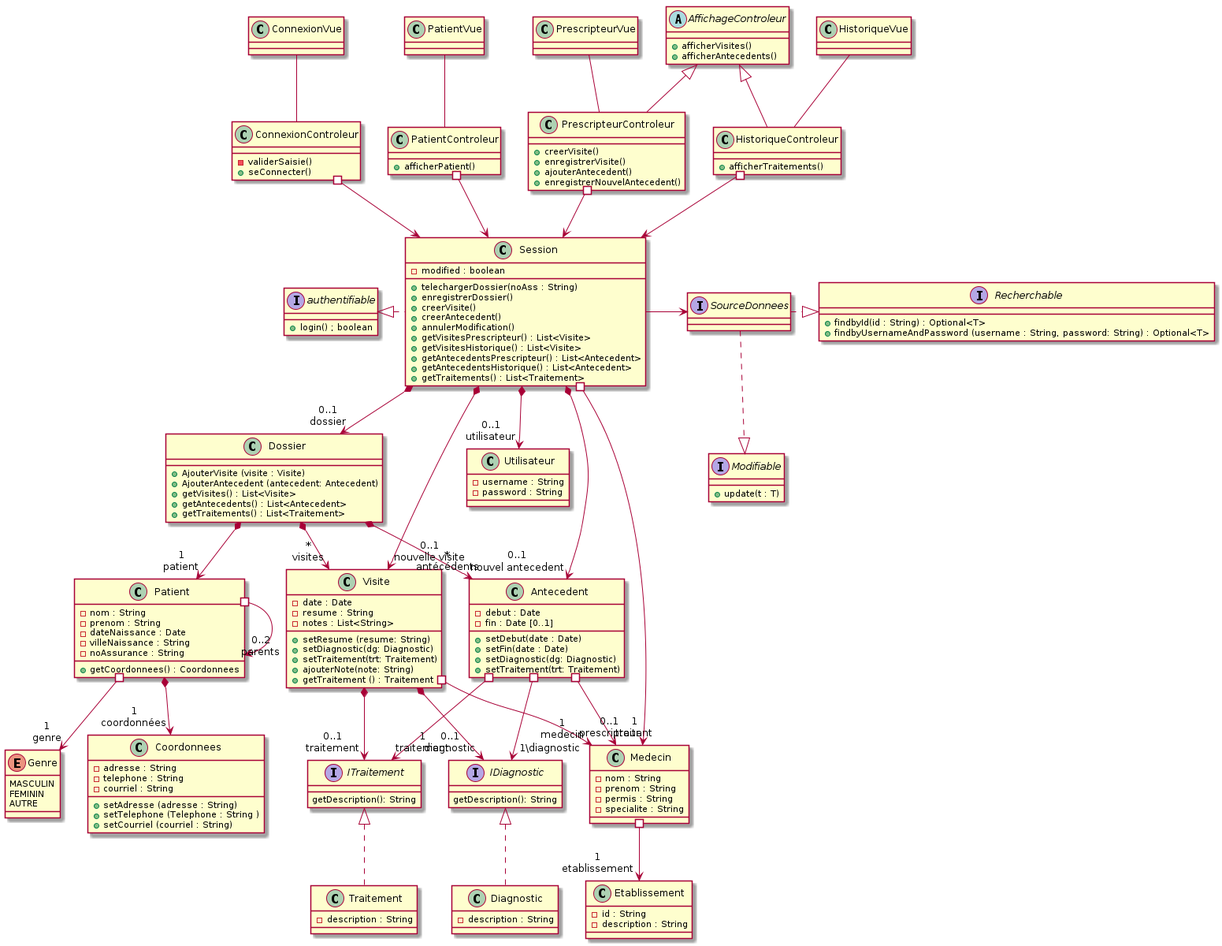
Before: models/Diagramme_Classes/medecin/class_diagram_medecin_mvc.png, a diagram exported from PlantUML (fethiuqam/INF5153-Projet-Session).
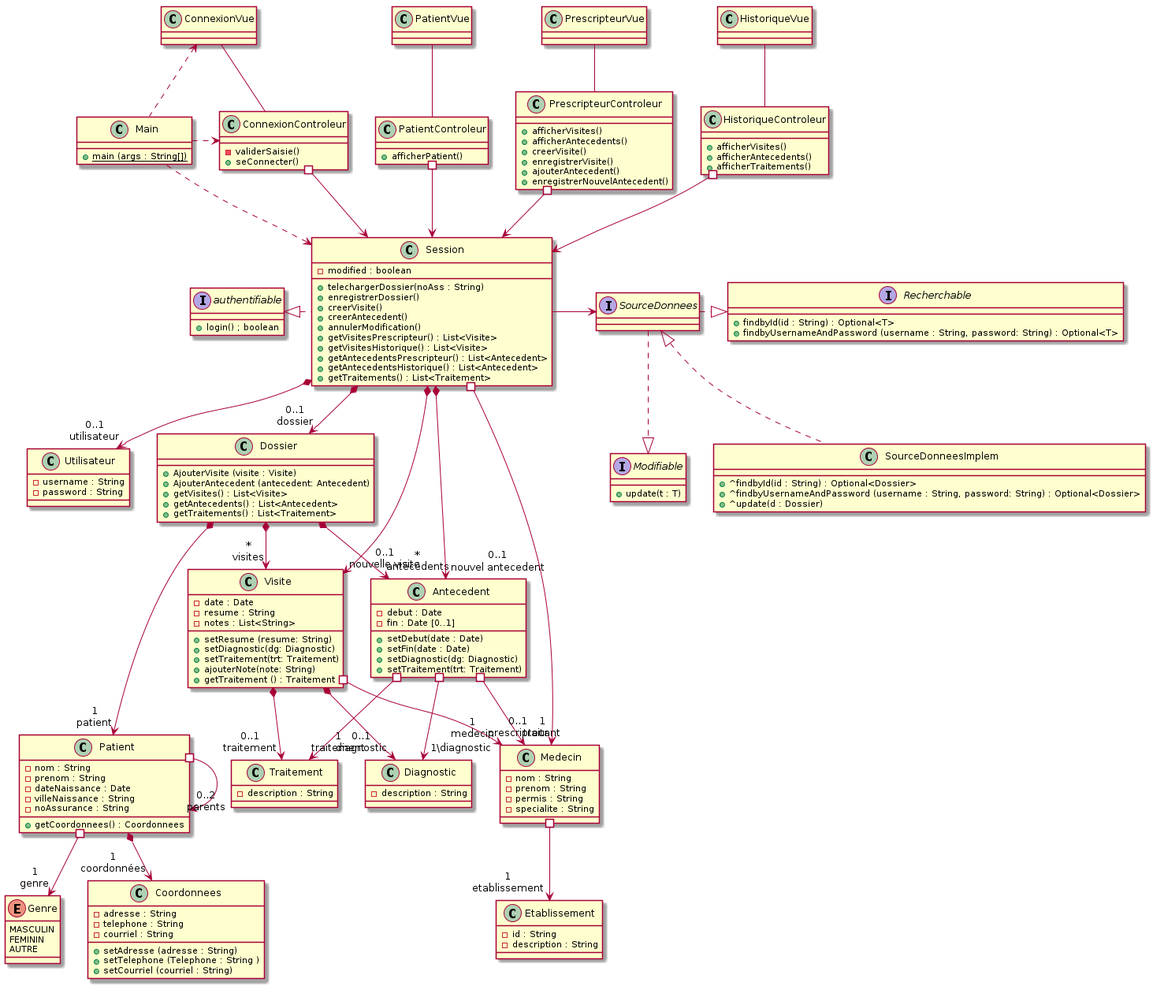
The same diagram one commit later.

Commit message:
modification di diagramme de classe du medecin

Change to the diagram source:
```diff
@@ -52,16 +52,8 @@
     + setTraitement(trt: Traitement)
 }
 
-interface IDiagnostic {
-    getDescription(): String
-}
-
 class Diagnostic {
     - description : String
-}
-
-interface ITraitement {
-    getDescription(): String
 }
 
 class Traitement {
@@ -96,6 +88,12 @@
 
 interface Modifiable {
     + update(t : T)
+}
+
+class SourceDonneesImplem {
+    + ^findbyId(id : String) : Optional<Dossier>
+    + ^findbyUsernameAndPassword (username : String, password: String) : Optional<Dossier>
+    + ^update(d : Dossier)
 }
 
 class Session {
@@ -140,12 +138,9 @@
     + afficherPatient()
 }
 
-abstract class AffichageControleur{
+class PrescripteurControleur {
     + afficherVisites()
     + afficherAntecedents()
-}
-
-class PrescripteurControleur {
     + creerVisite()
     + enregistrerVisite()
     + ajouterAntecedent()
@@ -153,9 +148,14 @@
 }
 
 class HistoriqueControleur {
+    + afficherVisites()
+    + afficherAntecedents()
     + afficherTraitements()
 }
 
+class Main {
+    + {static} main (args : String[])
+}
 
 Patient *--> "1\ncoordonnées" Coordonnees
 Patient #--> "0..2\nparents" Patient
@@ -163,18 +163,17 @@
 
 Dossier *--> "*\nvisites" Visite
 Dossier *--> "*\nantécédents" Antecedent
-Dossier *--> "1\npatient" Patient
+Dossier *---> "1\npatient" Patient
 
-Visite *--> "0..1\ndiagnostic" IDiagnostic
-Visite *--> "0..1\ntraitement" ITraitement
+Visite *--> "0..1\ndiagnostic" Diagnostic
+Visite *--> "0..1\ntraitement" Traitement
 Visite #--> "1\nmedecin" Medecin
 
 Antecedent #--> "1\ntraitant" Medecin
-Antecedent #--> "1\diagnostic" IDiagnostic
-Antecedent #--> "1\ntraitement" ITraitement
+Antecedent #--> "1\diagnostic" Diagnostic
+Antecedent #--> "1\ntraitement" Traitement
 
-IDiagnostic <|.. Diagnostic
-ITraitement <|.. Traitement
+
 
 Medecin #--> "1\netablissement" Etablissement
 
@@ -191,7 +190,7 @@
 
 SourceDonnees .d.|> Modifiable
 SourceDonnees  .|> Recherchable
-
+SourceDonnees <|.. SourceDonneesImplem
 
 ConnexionVue -- ConnexionControleur
 PatientVue --PatientControleur
@@ -204,8 +203,8 @@
 HistoriqueControleur #--> Session
 
 
-AffichageControleur <|-- PrescripteurControleur
-AffichageControleur <|-- HistoriqueControleur
-
+ConnexionVue <.. Main
+Main .> ConnexionControleur
+Main ..> Session
 
 @enduml
```
